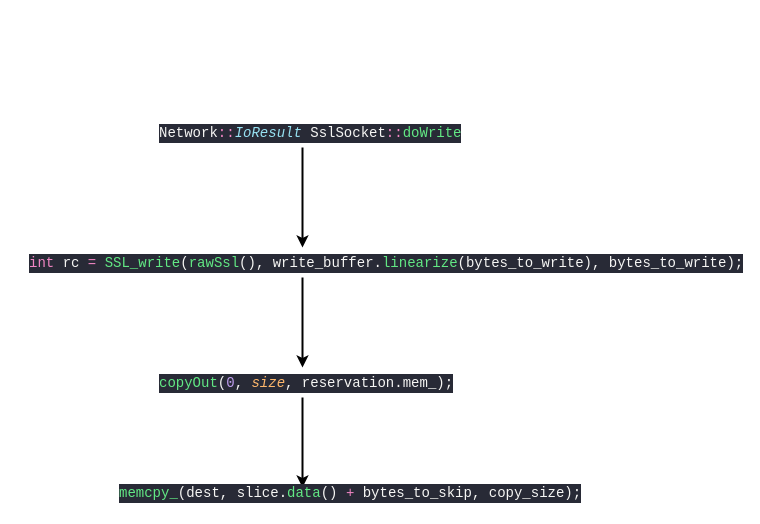
The draw.io diagram page "第 2 页" (2 of 2) of memcpy_test_arch.drawio in xu1zhou/Documents, before the edit. Source tidied: cells renumbered, new cells numbered last; positions are measured from the earlier drawing's top-left corner, leaving out a move shared by most shapes. Both pictures are drawn from the tidied source at 100%, with x=0, y=0 at pixel (27, 117).
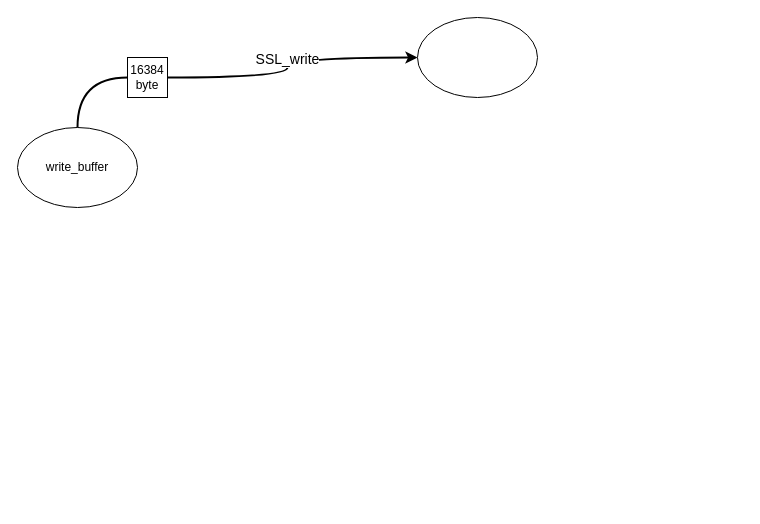
The same page after the edit.

Change to the diagram source:
```diff
@@
 <mxGraphModel>
   <root>
     <mxCell id="0" />
     <mxCell id="1" parent="0" />
-    <mxCell id="2" style="edgeStyle=orthogonalEdgeStyle;rounded=0;jettySize=auto;html=1;strokeWidth=2;" parent="1" edge="1" source="3" target="5">
-      <mxGeometry relative="1" as="geometry">
-        <Array as="points">
-          <mxPoint x="275" y="70" />
-          <mxPoint x="275" y="70" />
-        </Array>
-      </mxGeometry>
-    </mxCell>
-    <mxCell id="3" value="&lt;div style=&quot;color: rgb(246, 246, 244); background-color: rgb(40, 42, 54); font-family: consolas, &amp;quot;courier new&amp;quot;, monospace; font-weight: normal; font-size: 14px; line-height: 19px;&quot;&gt;&lt;div&gt;&lt;span style=&quot;color: #f6f6f4&quot;&gt;Network&lt;/span&gt;&lt;span style=&quot;color: #f286c4&quot;&gt;::&lt;/span&gt;&lt;span style=&quot;color: #97e1f1 ; font-style: italic&quot;&gt;IoResult&lt;/span&gt;&lt;span style=&quot;color: #f6f6f4&quot;&gt;&amp;nbsp;SslSocket&lt;/span&gt;&lt;span style=&quot;color: #f286c4&quot;&gt;::&lt;/span&gt;&lt;span style=&quot;color: #62e884&quot;&gt;doWrite&lt;/span&gt;&lt;/div&gt;&lt;/div&gt;" style="text;whiteSpace=wrap;html=1;" parent="1" vertex="1">
-      <mxGeometry x="130" width="300" height="30" as="geometry" />
-    </mxCell>
-    <mxCell id="4" style="edgeStyle=orthogonalEdgeStyle;rounded=0;jettySize=auto;html=1;strokeWidth=2;" parent="1" edge="1" source="5" target="7">
-      <mxGeometry relative="1" as="geometry" />
-    </mxCell>
-    <mxCell id="5" value="&lt;div style=&quot;color: rgb(246, 246, 244); background-color: rgb(40, 42, 54); font-family: consolas, &amp;quot;courier new&amp;quot;, monospace; font-weight: normal; font-size: 14px; line-height: 19px;&quot;&gt;&lt;div&gt;&lt;span style=&quot;color: #f286c4&quot;&gt;int&lt;/span&gt;&lt;span style=&quot;color: #f6f6f4&quot;&gt;&amp;nbsp;&lt;/span&gt;&lt;span style=&quot;color: #f6f6f4&quot;&gt;rc&lt;/span&gt;&lt;span style=&quot;color: #f6f6f4&quot;&gt;&amp;nbsp;&lt;/span&gt;&lt;span style=&quot;color: #f286c4&quot;&gt;=&lt;/span&gt;&lt;span style=&quot;color: #f6f6f4&quot;&gt;&amp;nbsp;&lt;/span&gt;&lt;span style=&quot;color: #62e884&quot;&gt;SSL_write&lt;/span&gt;&lt;span style=&quot;color: #f6f6f4&quot;&gt;(&lt;/span&gt;&lt;span style=&quot;color: #62e884&quot;&gt;rawSsl&lt;/span&gt;&lt;span style=&quot;color: #f6f6f4&quot;&gt;(),&amp;nbsp;write_buffer.&lt;/span&gt;&lt;span style=&quot;color: #62e884&quot;&gt;linearize&lt;/span&gt;&lt;span style=&quot;color: #f6f6f4&quot;&gt;(bytes_to_write),&amp;nbsp;bytes_to_write);&lt;/span&gt;&lt;/div&gt;&lt;/div&gt;" style="text;whiteSpace=wrap;html=1;" parent="1" vertex="1">
-      <mxGeometry y="130" width="550" height="30" as="geometry" />
-    </mxCell>
-    <mxCell id="6" style="edgeStyle=orthogonalEdgeStyle;rounded=0;jettySize=auto;html=1;strokeWidth=2;" parent="1" edge="1" source="7">
-      <mxGeometry relative="1" as="geometry">
-        <mxPoint x="275" y="370" as="targetPoint" />
-      </mxGeometry>
-    </mxCell>
-    <mxCell id="7" value="&lt;div style=&quot;color: rgb(246, 246, 244); background-color: rgb(40, 42, 54); font-family: consolas, &amp;quot;courier new&amp;quot;, monospace; font-weight: normal; font-size: 14px; line-height: 19px;&quot;&gt;&lt;div&gt;&lt;span style=&quot;color: #62e884&quot;&gt;copyOut&lt;/span&gt;&lt;span style=&quot;color: #f6f6f4&quot;&gt;(&lt;/span&gt;&lt;span style=&quot;color: #bf9eee&quot;&gt;0&lt;/span&gt;&lt;span style=&quot;color: #f6f6f4&quot;&gt;,&amp;nbsp;&lt;/span&gt;&lt;span style=&quot;color: #ffb86c ; font-style: italic&quot;&gt;size&lt;/span&gt;&lt;span style=&quot;color: #f6f6f4&quot;&gt;,&amp;nbsp;&lt;/span&gt;&lt;span style=&quot;color: #f6f6f4&quot;&gt;reservation&lt;/span&gt;&lt;span style=&quot;color: #f6f6f4&quot;&gt;.&lt;/span&gt;&lt;span style=&quot;color: #f6f6f4&quot;&gt;mem_&lt;/span&gt;&lt;span style=&quot;color: #f6f6f4&quot;&gt;);&lt;/span&gt;&lt;/div&gt;&lt;/div&gt;" style="text;whiteSpace=wrap;html=1;" parent="1" vertex="1">
-      <mxGeometry x="130" y="250" width="290" height="30" as="geometry" />
-    </mxCell>
-    <mxCell id="8" value="&lt;div style=&quot;color: rgb(246, 246, 244); background-color: rgb(40, 42, 54); font-family: consolas, &amp;quot;courier new&amp;quot;, monospace; font-weight: normal; font-size: 14px; line-height: 19px;&quot;&gt;&lt;div&gt;&lt;span style=&quot;color: #62e884&quot;&gt;memcpy_&lt;/span&gt;&lt;span style=&quot;color: #f6f6f4&quot;&gt;(&lt;/span&gt;&lt;span style=&quot;color: #f6f6f4&quot;&gt;dest&lt;/span&gt;&lt;span style=&quot;color: #f6f6f4&quot;&gt;,&amp;nbsp;&lt;/span&gt;&lt;span style=&quot;color: #f6f6f4&quot;&gt;slice&lt;/span&gt;&lt;span style=&quot;color: #f6f6f4&quot;&gt;.&lt;/span&gt;&lt;span style=&quot;color: #62e884&quot;&gt;data&lt;/span&gt;&lt;span style=&quot;color: #f6f6f4&quot;&gt;()&amp;nbsp;&lt;/span&gt;&lt;span style=&quot;color: #f286c4&quot;&gt;+&lt;/span&gt;&lt;span style=&quot;color: #f6f6f4&quot;&gt;&amp;nbsp;&lt;/span&gt;&lt;span style=&quot;color: #f6f6f4&quot;&gt;bytes_to_skip&lt;/span&gt;&lt;span style=&quot;color: #f6f6f4&quot;&gt;,&amp;nbsp;&lt;/span&gt;&lt;span style=&quot;color: #f6f6f4&quot;&gt;copy_size&lt;/span&gt;&lt;span style=&quot;color: #f6f6f4&quot;&gt;);&lt;/span&gt;&lt;/div&gt;&lt;/div&gt;" style="text;whiteSpace=wrap;html=1;" parent="1" vertex="1">
-      <mxGeometry x="90" y="360" width="450" height="30" as="geometry" />
-    </mxCell>
+    <mxCell id="9" value="&lt;font style=&quot;font-size: 14px&quot;&gt;SSL_write&lt;/font&gt;" style="edgeStyle=orthogonalEdgeStyle;rounded=0;jettySize=auto;html=1;entryX=0;entryY=0.5;entryDx=0;entryDy=0;strokeWidth=2;curved=1;exitX=1;exitY=0.5;exitDx=0;exitDy=0;startArrow=none;" parent="1" edge="1" source="12" target="11">
+      <mxGeometry x="0.02" relative="1" as="geometry">
+        <Array as="points">
+          <mxPoint x="260" y="-40" />
+          <mxPoint x="260" y="-60" />
+        </Array>
+      </mxGeometry>
+    </mxCell>
+    <mxCell id="10" value="write_buffer" style="ellipse;whiteSpace=wrap;html=1;" parent="1" vertex="1">
+      <mxGeometry x="-10" y="10" width="120" height="80" as="geometry" />
+    </mxCell>
+    <mxCell id="11" style="ellipse;whiteSpace=wrap;html=1;" parent="1" vertex="1">
+      <mxGeometry x="390" y="-100" width="120" height="80" as="geometry" />
+    </mxCell>
+    <mxCell id="12" value="16384&lt;br&gt;byte" style="whiteSpace=wrap;html=1;" parent="1" vertex="1">
+      <mxGeometry x="100" y="-60" width="40" height="40" as="geometry" />
+    </mxCell>
+    <mxCell id="13" style="edgeStyle=orthogonalEdgeStyle;rounded=0;jettySize=auto;html=1;entryX=0;entryY=0.5;entryDx=0;entryDy=0;strokeWidth=2;curved=1;exitX=0.5;exitY=0;exitDx=0;exitDy=0;endArrow=none;" parent="1" edge="1" source="10" target="12">
+      <mxGeometry x="0.02" relative="1" as="geometry" />
+    </mxCell>
   </root>
 </mxGraphModel>
```
